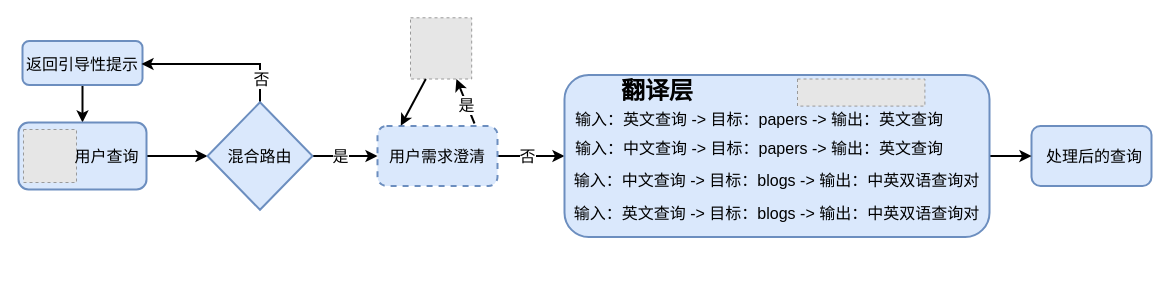
real-jiakai/draw keeps this draw.io diagram as diagrams/the_query_preprocessing_and_routing_module.drawio. Above is the earlier version. Source tidied: cells renumbered, new cells numbered last; positions are measured from the earlier drawing's top-left corner, leaving out a move shared by most shapes. Both pictures are drawn from the tidied source at 100%, with x=0, y=0 at pixel (18, 17). Pictures stored in the file or linked from it are replaced by grey dashed boxes.
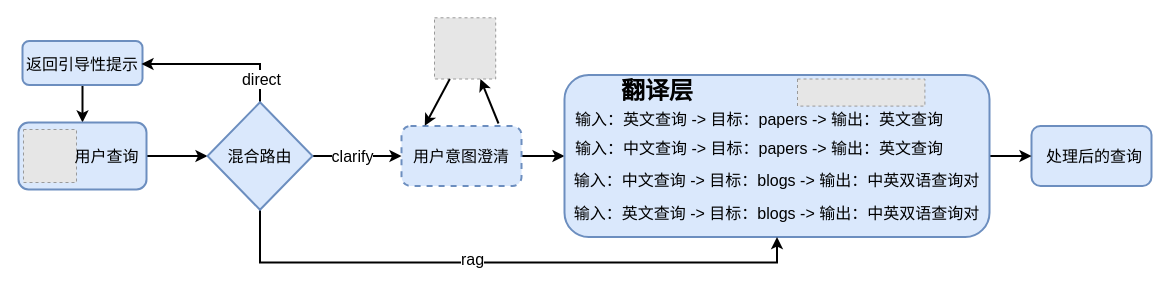
The same page after the edit.

Unchanged cells that the change refers to:
```xml
<mxCell id="7" style="edgeStyle=orthogonalEdgeStyle;rounded=0;jettySize=auto;html=1;exitX=1;exitY=0.5;exitDx=0;exitDy=0;entryX=0;entryY=0.5;entryDx=0;entryDy=0;strokeWidth=2;" parent="1" edge="1" source="9" target="11">
  <mxGeometry relative="1" as="geometry" />
</mxCell>
<mxCell id="11" style="rounded=1;whiteSpace=wrap;html=1;fillColor=#dae8fc;strokeColor=#6c8ebf;strokeWidth=2;" parent="1" vertex="1">
  <mxGeometry x="546" y="57.5" width="425" height="162" as="geometry" />
</mxCell>
<mxCell id="14" style="edgeStyle=orthogonalEdgeStyle;rounded=0;jettySize=auto;html=1;exitX=1;exitY=0.5;exitDx=0;exitDy=0;entryX=0;entryY=0.5;entryDx=0;entryDy=0;strokeWidth=2;" parent="1" edge="1" source="18" target="9">
  <mxGeometry relative="1" as="geometry" />
</mxCell>
<mxCell id="16" style="edgeStyle=orthogonalEdgeStyle;rounded=0;jettySize=auto;html=1;exitX=0.5;exitY=0;exitDx=0;exitDy=0;entryX=1;entryY=0.5;entryDx=0;entryDy=0;strokeWidth=2;" parent="1" edge="1" source="18" target="27">
  <mxGeometry relative="1" as="geometry" />
</mxCell>
<mxCell id="18" style="rhombus;whiteSpace=wrap;html=1;strokeWidth=2;fillColor=#dae8fc;strokeColor=#6c8ebf;" parent="1" vertex="1">
  <mxGeometry x="189" y="84.8" width="105" height="107.5" as="geometry" />
</mxCell>
```

What changed in the source:
```diff
@@
-    <mxCell id="8" value="&lt;font style=&quot;font-size: 16px;&quot;&gt;否&lt;/font&gt;" style="edgeLabel;html=1;align=center;verticalAlign=middle;" parent="7" vertex="1">
-      <mxGeometry x="-0.29" relative="1" as="geometry">
-        <mxPoint x="5" as="offset" />
-      </mxGeometry>
-    </mxCell>
     <mxCell id="9" style="rounded=1;whiteSpace=wrap;html=1;strokeWidth=2;dashed=1;fillColor=#dae8fc;strokeColor=#6c8ebf;" parent="1" vertex="1">
-      <mxGeometry x="359" y="108.5" width="120" height="60" as="geometry" />
+      <mxGeometry x="383" y="108.5" width="120" height="60" as="geometry" />
     </mxCell>
@@
-    <mxCell id="15" value="&lt;font style=&quot;font-size: 16px;&quot;&gt;是&lt;/font&gt;" style="edgeLabel;html=1;align=center;verticalAlign=middle;" parent="14" vertex="1">
+    <mxCell id="15" value="&lt;span style=&quot;font-size: 16px;&quot;&gt;clarify&lt;/span&gt;" style="edgeLabel;html=1;align=center;verticalAlign=middle;" parent="14" vertex="1">
       <mxGeometry x="0.02" y="1" relative="1" as="geometry">
         <mxPoint x="-5" y="1" as="offset" />
       </mxGeometry>
     </mxCell>
@@
-    <mxCell id="17" value="&lt;font style=&quot;font-size: 16px;&quot;&gt;否&lt;/font&gt;" style="edgeLabel;html=1;align=center;verticalAlign=middle;" parent="16" vertex="1">
+    <mxCell id="17" value="&lt;font style=&quot;font-size: 16px;&quot;&gt;direct&lt;/font&gt;" style="edgeLabel;html=1;align=center;verticalAlign=middle;" parent="16" vertex="1">
       <mxGeometry x="-0.05" relative="1" as="geometry">
         <mxPoint x="37" y="15" as="offset" />
       </mxGeometry>
     </mxCell>
+    <mxCell id="33" style="edgeStyle=orthogonalEdgeStyle;rounded=0;jettySize=auto;html=1;exitX=0.5;exitY=1;exitDx=0;exitDy=0;entryX=0.5;entryY=1;entryDx=0;entryDy=0;strokeWidth=2;" parent="1" edge="1" source="18" target="11">
+      <mxGeometry relative="1" as="geometry">
+        <Array as="points">
+          <mxPoint x="242" y="245" />
+          <mxPoint x="759" y="245" />
+        </Array>
+      </mxGeometry>
+    </mxCell>
+    <mxCell id="34" value="&lt;font style=&quot;font-size: 16px;&quot;&gt;rag&lt;/font&gt;" style="edgeLabel;html=1;align=center;verticalAlign=middle;" parent="33" vertex="1">
+      <mxGeometry x="-0.11" y="4" relative="1" as="geometry" />
+    </mxCell>
@@
-    <mxCell id="20" value="&lt;span style=&quot;font-size: 16px;&quot;&gt;用户需求澄清&lt;/span&gt;" style="text;html=1;align=center;verticalAlign=middle;whiteSpace=wrap;rounded=0;" parent="1" vertex="1">
-      <mxGeometry x="369" y="123.5" width="100" height="30" as="geometry" />
+    <mxCell id="20" value="&lt;span style=&quot;font-size: 16px;&quot;&gt;用户意图澄清&lt;/span&gt;" style="text;html=1;align=center;verticalAlign=middle;whiteSpace=wrap;rounded=0;" parent="1" vertex="1">
+      <mxGeometry x="393" y="123.5" width="100" height="30" as="geometry" />
     </mxCell>
@@
     <mxCell id="28" style="fillColor=#E6E6E6;strokeColor=#999999;dashed=1;verticalLabelPosition=bottom;labelBackgroundColor=default;verticalAlign=top;" parent="1" vertex="1">
-      <mxGeometry x="392" y="0.3" width="61.2" height="61.2" as="geometry" />
+      <mxGeometry x="416" y="0.3" width="61.2" height="61.2" as="geometry" />
     </mxCell>
     <mxCell id="29" style="endArrow=classic;html=1;rounded=0;entryX=0.75;entryY=1;entryDx=0;entryDy=0;strokeWidth=2;" parent="1" edge="1" target="28">
       <mxGeometry relative="1" as="geometry">
-        <mxPoint x="456" y="106" as="sourcePoint" />
+        <mxPoint x="480" y="106" as="sourcePoint" />
       </mxGeometry>
     </mxCell>
-    <mxCell id="30" value="&lt;font style=&quot;font-size: 16px;&quot;&gt;是&lt;/font&gt;" style="edgeLabel;html=1;align=center;verticalAlign=middle;" parent="29" vertex="1">
-      <mxGeometry x="-0.17" y="1" relative="1" as="geometry" />
-    </mxCell>
```
